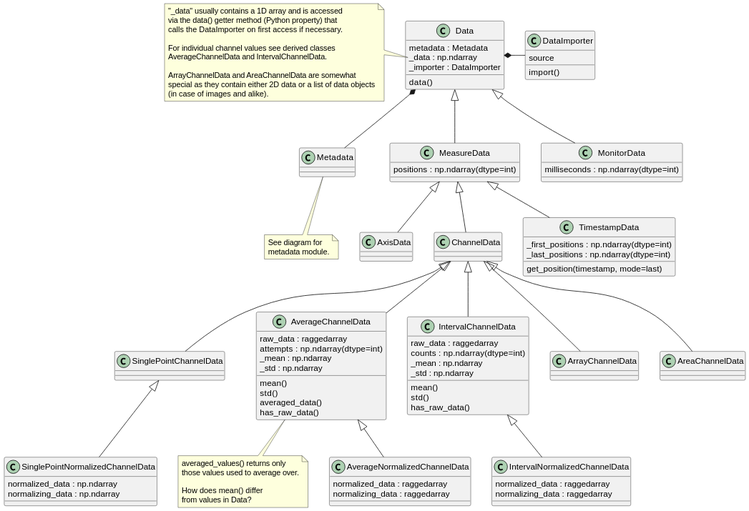
This is docs/uml/evedata.evefile.data.svg from tillbiskup/evedata, a PlantUML export, as it was before one commit.
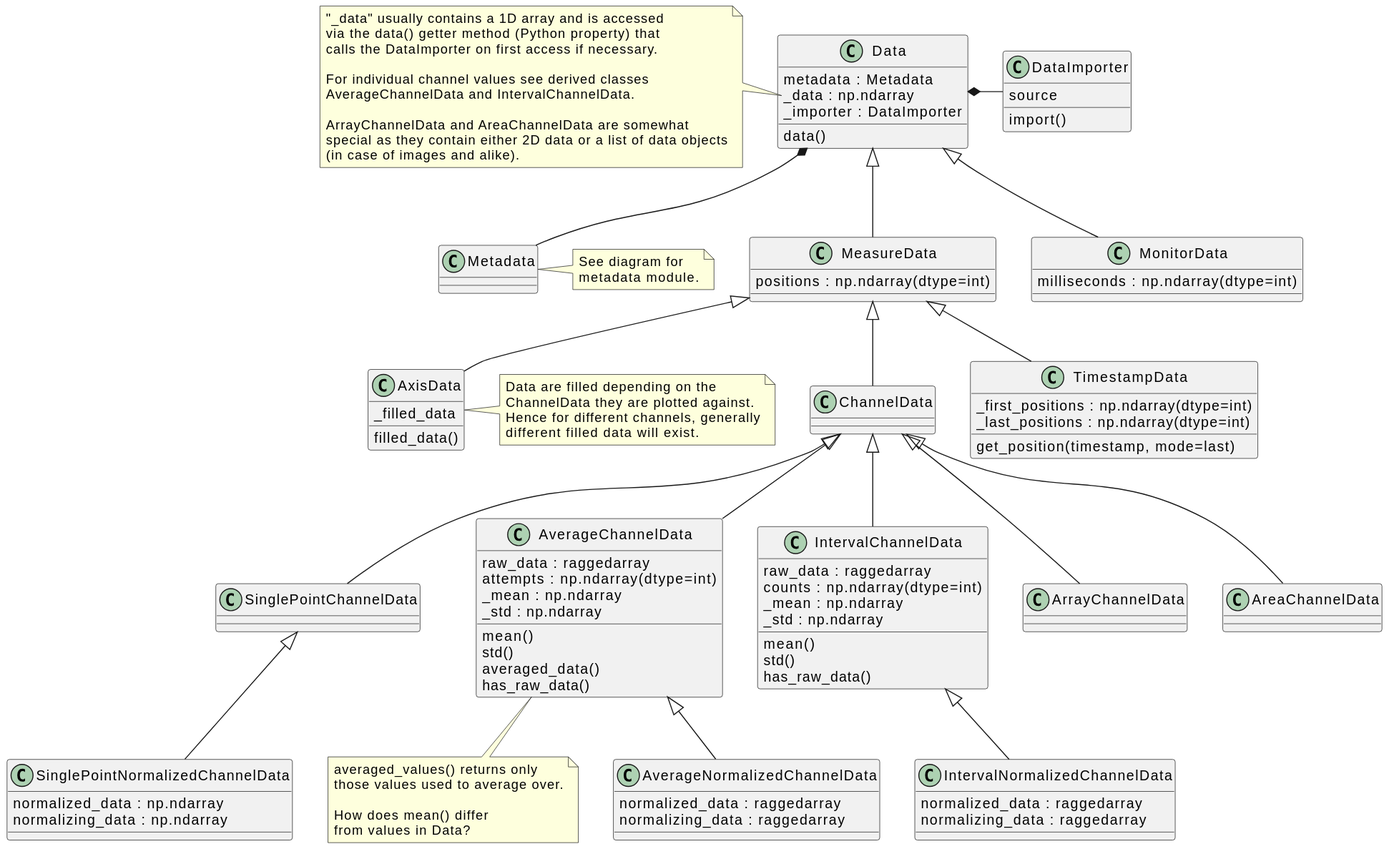
The same diagram one commit later.

Change to the diagram source:
```diff
@@ -26,7 +26,7 @@
 
 class Metadata {
 }
-note bottom: See diagram for\nmetadata module.
+note right: See diagram for\nmetadata module.
 
 Data *- DataImporter
 Data *-- Metadata
@@ -40,7 +40,15 @@
 }
 
 class AxisData extends MeasureData {
+    _filled_data
+    filled_data()
 }
+note right of AxisData
+    Data are filled depending on the
+    ChannelData they are plotted against.
+    Hence for different channels, generally
+    different filled data will exist.
+endnote
 
 class ChannelData extends MeasureData {
 }
```
